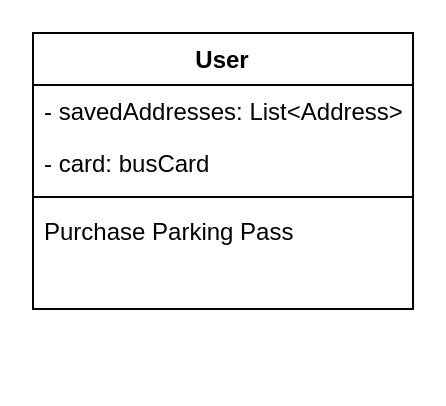
Earlier version of the draw.io diagram page "Class" (2 of 3) of diagrams.drawio (ProyectoFinalSoftwareModeling/SmartCommute). Source tidied: cells renumbered, new cells numbered last; positions are measured from the earlier drawing's top-left corner, leaving out a move shared by most shapes. Both pictures are drawn from the tidied source at 200%, with x=0, y=0 at pixel (32, 32).
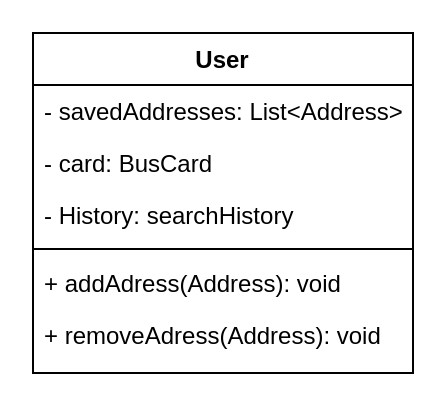
Above is the later version.

What changed in the source:
```diff
@@
 <mxGraphModel>
   <root>
     <mxCell id="0" />
     <mxCell id="1" parent="0" />
     <mxCell id="2" value="User" style="swimlane;fontStyle=1;align=center;verticalAlign=top;horizontal=1;startSize=26;rounded=0;shadow=0;strokeWidth=1;" parent="1" vertex="1">
-      <mxGeometry width="190" height="138" as="geometry" />
+      <mxGeometry width="190" height="170" as="geometry" />
     </mxCell>
     <mxCell id="3" value="- savedAddresses: List&lt;Address&gt;" style="text;align=left;verticalAlign=top;spacingLeft=4;spacingRight=4;overflow=hidden;rounded=0;shadow=0;html=0;" parent="2" vertex="1">
       <mxGeometry y="26" width="190" height="26" as="geometry" />
     </mxCell>
-    <mxCell id="4" value="- card: busCard" style="text;align=left;verticalAlign=top;spacingLeft=4;spacingRight=4;overflow=hidden;rounded=0;shadow=0;html=0;" parent="2" vertex="1">
+    <mxCell id="4" value="- card: BusCard" style="text;align=left;verticalAlign=top;spacingLeft=4;spacingRight=4;overflow=hidden;rounded=0;shadow=0;html=0;" parent="2" vertex="1">
       <mxGeometry y="52" width="190" height="26" as="geometry" />
     </mxCell>
+    <mxCell id="7" value="- History: searchHistory" style="text;align=left;verticalAlign=top;spacingLeft=4;spacingRight=4;overflow=hidden;rounded=0;shadow=0;html=0;" parent="2" vertex="1">
+      <mxGeometry y="78" width="190" height="26" as="geometry" />
+    </mxCell>
     <mxCell id="5" style="line;html=1;strokeWidth=1;align=left;verticalAlign=middle;spacingTop=-1;spacingLeft=3;spacingRight=3;labelPosition=right;" parent="2" vertex="1">
-      <mxGeometry y="78" width="190" height="8" as="geometry" />
+      <mxGeometry y="104" width="190" height="8" as="geometry" />
     </mxCell>
-    <mxCell id="6" value="Purchase Parking Pass" style="text;align=left;verticalAlign=top;spacingLeft=4;spacingRight=4;overflow=hidden;" parent="2" vertex="1">
-      <mxGeometry y="86" width="190" height="26" as="geometry" />
+    <mxCell id="6" value="+ addAdress(Address): void" style="text;align=left;verticalAlign=top;spacingLeft=4;spacingRight=4;overflow=hidden;" parent="2" vertex="1">
+      <mxGeometry y="112" width="190" height="26" as="geometry" />
     </mxCell>
+    <mxCell id="8" value="+ removeAdress(Address): void" style="text;align=left;verticalAlign=top;spacingLeft=4;spacingRight=4;overflow=hidden;" parent="2" vertex="1">
+      <mxGeometry y="138" width="190" height="26" as="geometry" />
+    </mxCell>
   </root>
 </mxGraphModel>
```
